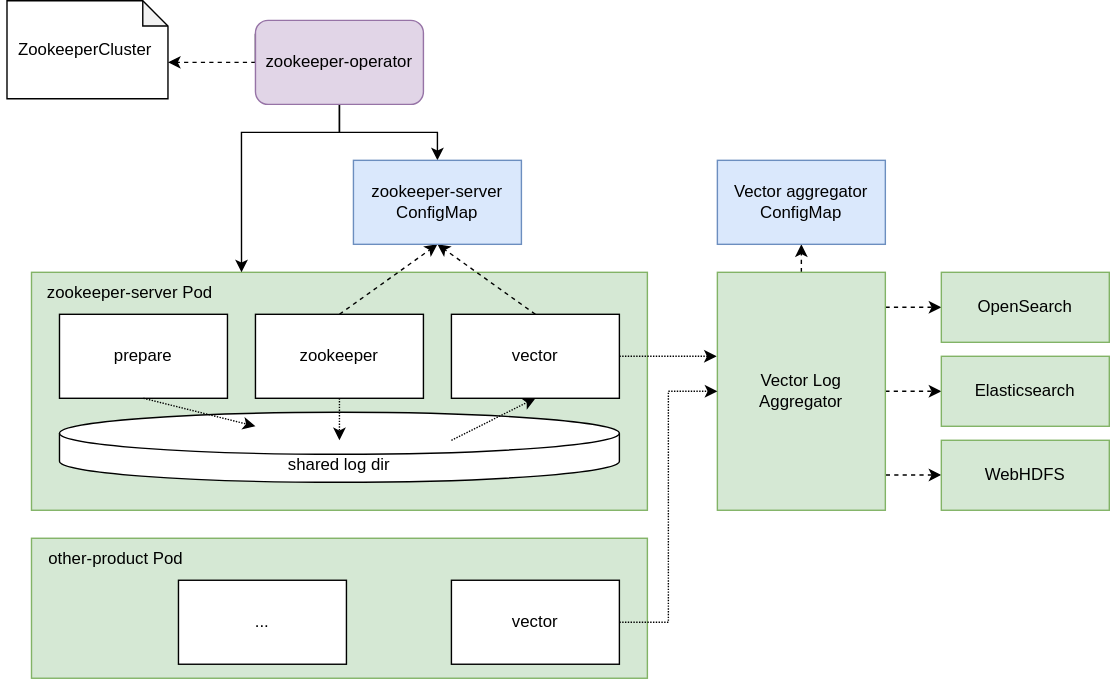
The draw.io diagram modules/concepts/images/logging_architecture.drawio.svg in stackabletech/documentation, before a commit. Source tidied: cells renumbered, new cells last; positions are measured from the earlier drawing's top-left corner, leaving out a move shared by most shapes.
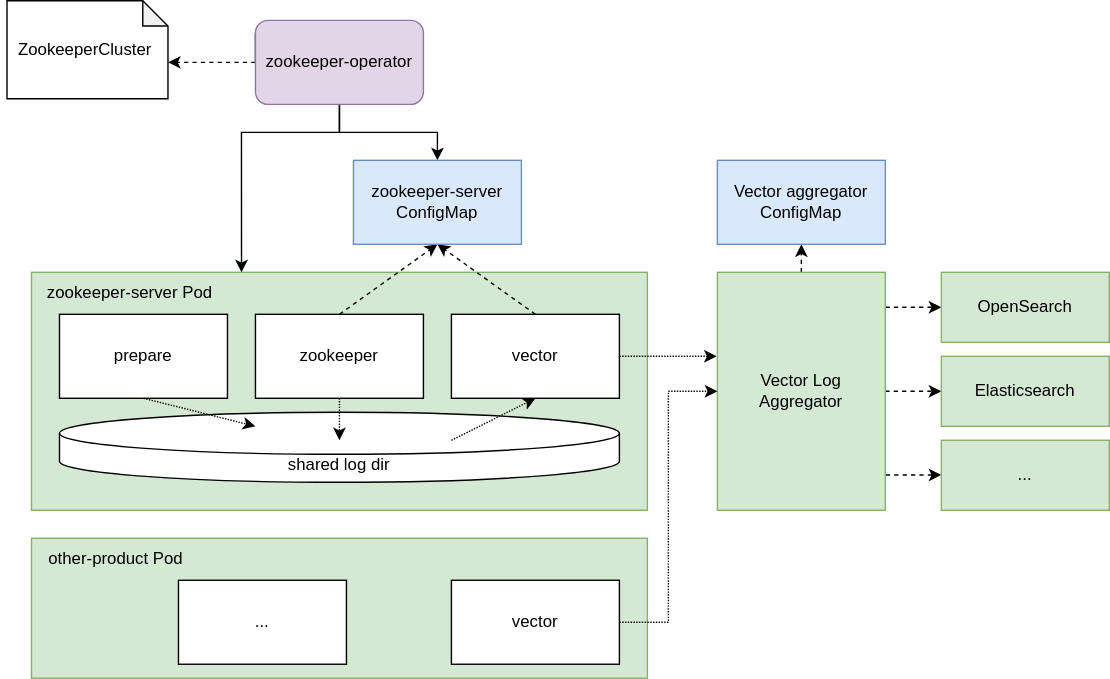
Later version of the same file.

Commit message:
Removed WebHDFS from the diagram

Change to the diagram source:
```diff
@@ -113,7 +113,7 @@
     <mxCell id="34" value="Elasticsearch" style="rounded=0;whiteSpace=wrap;html=1;fillColor=#d5e8d4;strokeColor=#82b366;" parent="1" vertex="1">
       <mxGeometry x="672" y="254" width="120" height="50" as="geometry" />
     </mxCell>
-    <mxCell id="35" value="WebHDFS" style="rounded=0;whiteSpace=wrap;html=1;fillColor=#d5e8d4;strokeColor=#82b366;" parent="1" vertex="1">
+    <mxCell id="35" value="..." style="rounded=0;whiteSpace=wrap;html=1;fillColor=#d5e8d4;strokeColor=#82b366;" parent="1" vertex="1">
       <mxGeometry x="672" y="314" width="120" height="50" as="geometry" />
     </mxCell>
   </root>
```
